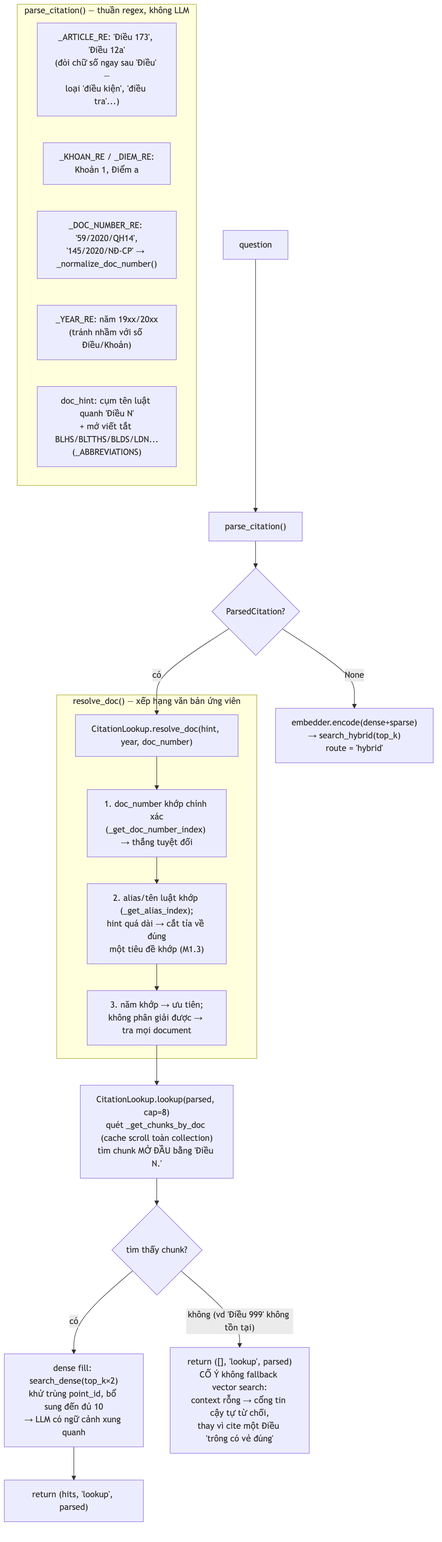
quockhanh41/Vietnamese-legal-bot keeps this Mermaid diagram as docs/diagrams/02-citation-route.png. Above is the earlier version. Its source is kept beside it as docs/diagrams/02-citation-route.mmd. The source it was exported from:
```mermaid
flowchart TD
    Q["question"] --> PC["parse_citation()"]

    subgraph PARSE ["parse_citation() — thuần regex, không LLM"]
        R1["_ARTICLE_RE: 'Điều 173', 'Điều 12a'<br/>(đòi chữ số ngay sau 'Điều' —<br/>loại 'điều kiện', 'điều tra'...)"]
        R2["_KHOAN_RE / _DIEM_RE:<br/>Khoản 1, Điểm a"]
        R3["_DOC_NUMBER_RE: '59/2020/QH14',<br/>'145/2020/NĐ-CP' → _normalize_doc_number()"]
        R4["_YEAR_RE: năm 19xx/20xx<br/>(tránh nhầm với số Điều/Khoản)"]
        R5["doc_hint: cụm tên luật quanh 'Điều N'<br/>+ mở viết tắt BLHS/BLTTHS/BLDS/LDN...<br/>(_ABBREVIATIONS)"]
    end

    PC --> PARSED{"ParsedCitation?"}
    PARSED -->|None| HYB["embedder.encode(dense+sparse)<br/>→ search_hybrid(top_k)<br/>route = 'hybrid'"]
    PARSED -->|có| RD["CitationLookup.resolve_doc(hint, year, doc_number)"]

    subgraph RESOLVE ["resolve_doc() — xếp hạng văn bản ứng viên"]
        RD --> RD1["1. doc_number khớp chính xác<br/>(_get_doc_number_index) → thắng tuyệt đối"]
        RD1 --> RD2["2. alias/tên luật khớp (_get_alias_index);<br/>hint quá dài → cắt tỉa về đúng<br/>một tiêu đề khớp (M1.3)"]
        RD2 --> RD3["3. năm khớp → ưu tiên;<br/>không phân giải được → tra mọi document"]
    end

    RD3 --> LK["CitationLookup.lookup(parsed, cap=8)<br/>quét _get_chunks_by_doc (cache scroll toàn collection)<br/>tìm chunk MỞ ĐẦU bằng 'Điều N.'"]
    LK --> HIT{"tìm thấy chunk?"}

    HIT -->|có| FILL["dense fill: search_dense(top_k×2)<br/>khử trùng point_id, bổ sung đến đủ 10<br/>→ LLM có ngữ cảnh xung quanh"]
    FILL --> OUT1["return (hits, 'lookup', parsed)"]

    HIT -->|"không (vd 'Điều 999' không tồn tại)"| EMPTY["return ([], 'lookup', parsed)<br/>CỐ Ý không fallback vector search:<br/>context rỗng → cổng tin cậy tự từ chối,<br/>thay vì cite một Điều 'trông có vẻ đúng'"]
```
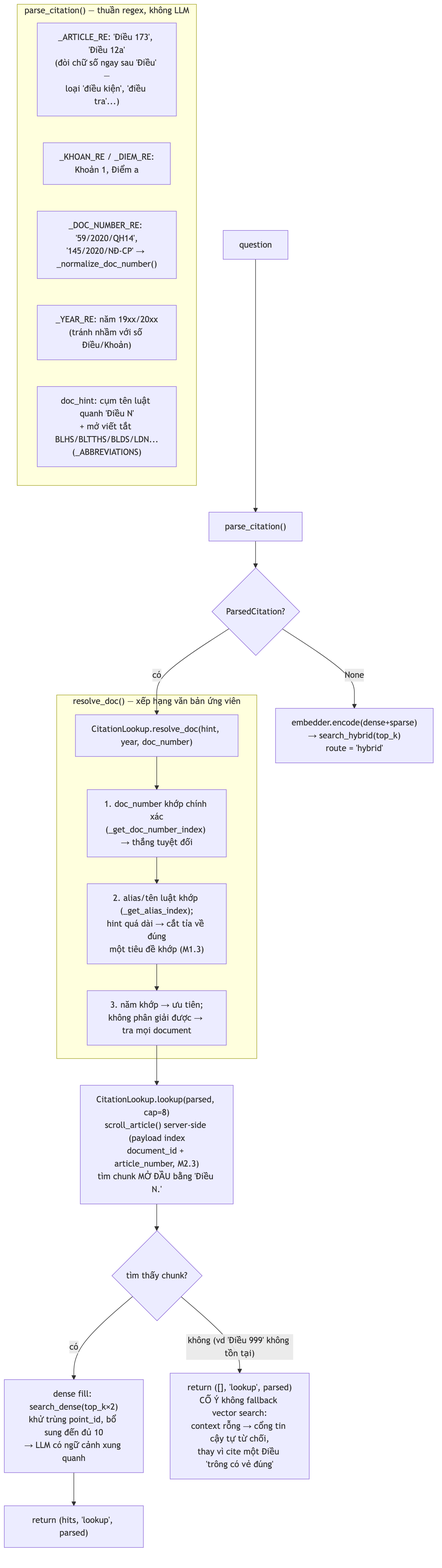
The same file after the commit.

What changed in the source:
```diff
@@ -19,7 +19,7 @@
         RD2 --> RD3["3. năm khớp → ưu tiên;<br/>không phân giải được → tra mọi document"]
     end
 
-    RD3 --> LK["CitationLookup.lookup(parsed, cap=8)<br/>quét _get_chunks_by_doc (cache scroll toàn collection)<br/>tìm chunk MỞ ĐẦU bằng 'Điều N.'"]
+    RD3 --> LK["CitationLookup.lookup(parsed, cap=8)<br/>scroll_article() server-side (payload index<br/>document_id + article_number, M2.3)<br/>tìm chunk MỞ ĐẦU bằng 'Điều N.'"]
     LK --> HIT{"tìm thấy chunk?"}
 
     HIT -->|có| FILL["dense fill: search_dense(top_k×2)<br/>khử trùng point_id, bổ sung đến đủ 10<br/>→ LLM có ngữ cảnh xung quanh"]
```
